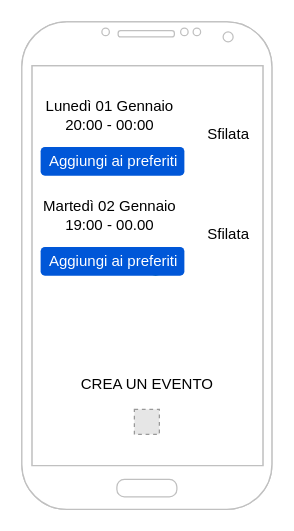
Earlier version of the draw.io diagram wireframe.drawio (ChiaraGismondi02/2020-21-webdesign-esercitazione). Source tidied: cells renumbered, new cells numbered last; positions are measured from the earlier drawing's top-left corner, leaving out a move shared by most shapes. Both pictures are drawn from the tidied source at 125%, with x=0, y=0 at pixel (21, 21). Pictures stored in the file or linked from it are replaced by grey dashed boxes.
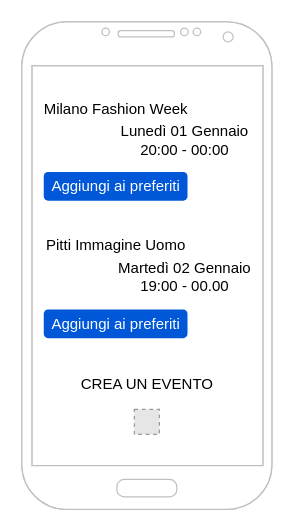
Above is the later version.

The edit, as a diff of the source:
```diff
@@
 <mxGraphModel>
   <root>
     <mxCell id="0" />
     <mxCell id="1" parent="0" />
     <mxCell id="2" style="verticalLabelPosition=bottom;verticalAlign=top;html=1;shadow=0;dashed=0;strokeWidth=1;shape=mxgraph.android.phone2;strokeColor=#c0c0c0;" parent="1" vertex="1">
       <mxGeometry width="200" height="390" as="geometry" />
     </mxCell>
     <mxCell id="3" style="verticalLabelPosition=bottom;verticalAlign=top;html=1;shadow=0;dashed=0;strokeWidth=1;shape=mxgraph.android.phone2;strokeColor=#c0c0c0;" parent="1" vertex="1">
       <mxGeometry width="200" height="390" as="geometry" />
     </mxCell>
     <mxCell id="4" value="Lunedì 01 Gennaio&lt;br&gt;20:00 - 00:00" style="text;html=1;align=center;verticalAlign=middle;fillColor=none;strokeColor=none;rounded=0;" parent="1" vertex="1">
-      <mxGeometry x="10" y="60" width="120" height="30" as="geometry" />
+      <mxGeometry x="70" y="80" width="120" height="30" as="geometry" />
     </mxCell>
     <mxCell id="5" value="Martedì 02 Gennaio&lt;br&gt;19:00 - 00.00" style="text;html=1;align=center;verticalAlign=middle;fillColor=none;strokeColor=none;rounded=0;" parent="1" vertex="1">
-      <mxGeometry x="10" y="140" width="120" height="30" as="geometry" />
+      <mxGeometry x="70" y="189" width="120" height="30" as="geometry" />
     </mxCell>
-    <mxCell id="6" value="Sfilata&lt;br&gt;" style="text;html=1;align=center;verticalAlign=middle;fillColor=none;strokeColor=none;rounded=0;" parent="1" vertex="1">
-      <mxGeometry x="140" y="80" width="50" height="20" as="geometry" />
+    <mxCell id="6" value="Milano Fashion Week" style="text;html=1;align=center;verticalAlign=middle;fillColor=none;strokeColor=none;rounded=0;" parent="1" vertex="1">
+      <mxGeometry x="10" y="60" width="130" height="20" as="geometry" />
     </mxCell>
-    <mxCell id="7" value="Sfilata" style="text;html=1;align=center;verticalAlign=middle;fillColor=none;strokeColor=none;rounded=0;" parent="1" vertex="1">
-      <mxGeometry x="140" y="160" width="50" height="20" as="geometry" />
-    </mxCell>
     <mxCell id="8" style="fillColor=#E6E6E6;strokeColor=#999999;dashed=1;html=1;verticalAlign=top;verticalLabelPosition=bottom;labelBackgroundColor=#ffffff;" parent="1" vertex="1">
       <mxGeometry x="90" y="310" width="20" height="20" as="geometry" />
     </mxCell>
     <mxCell id="9" value="CREA UN EVENTO" style="text;html=1;align=center;verticalAlign=middle;fillColor=none;strokeColor=none;rounded=0;" parent="1" vertex="1">
       <mxGeometry x="40" y="280" width="120" height="20" as="geometry" />
     </mxCell>
     <mxCell id="10" value="Aggiungi ai preferiti" style="rounded=1;fillColor=#0057D8;align=center;strokeColor=none;html=1;fontColor=#ffffff;fontSize=12;" parent="1" vertex="1">
-      <mxGeometry x="15" y="100" width="115" height="23" as="geometry" />
+      <mxGeometry x="17.5" y="120" width="115" height="23" as="geometry" />
     </mxCell>
-    <mxCell id="11" style="html=1;shadow=0;dashed=0;shape=mxgraph.atlassian.checkbox;fillColor=#008465;strokeColor=none;html=1;" parent="1" vertex="1">
-      <mxGeometry x="100" y="189" width="14" height="14" as="geometry" />
-    </mxCell>
     <mxCell id="12" value="Aggiungi ai preferiti" style="rounded=1;fillColor=#0057D8;align=center;strokeColor=none;html=1;fontColor=#ffffff;fontSize=12;" parent="1" vertex="1">
-      <mxGeometry x="15" y="180" width="115" height="23" as="geometry" />
+      <mxGeometry x="17.5" y="230" width="115" height="23" as="geometry" />
     </mxCell>
+    <mxCell id="13" value="Pitti Immagine Uomo&lt;br&gt;" style="text;html=1;align=center;verticalAlign=middle;fillColor=none;strokeColor=none;rounded=0;" parent="1" vertex="1">
+      <mxGeometry x="10" y="169" width="130" height="20" as="geometry" />
+    </mxCell>
   </root>
 </mxGraphModel>
```
